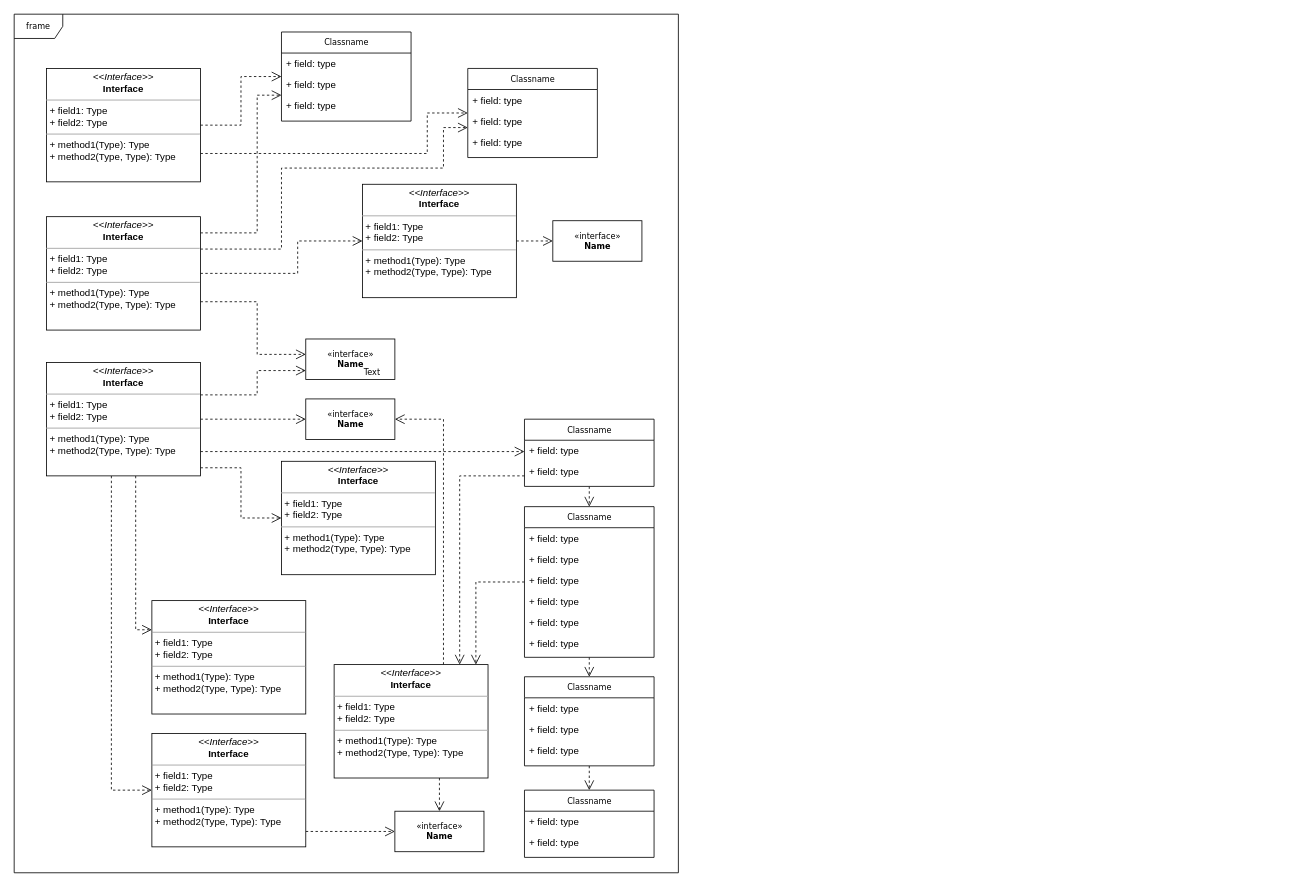
Earlier version of the draw.io diagram doris类图.drawio (Baymine/Huawei_algorithmnTest). Source tidied: cells renumbered, new cells numbered last; positions are measured from the earlier drawing's top-left corner, leaving out a move shared by most shapes. Both pictures are drawn from the tidied source at 81%, with x=0, y=0 at pixel (14, 14).
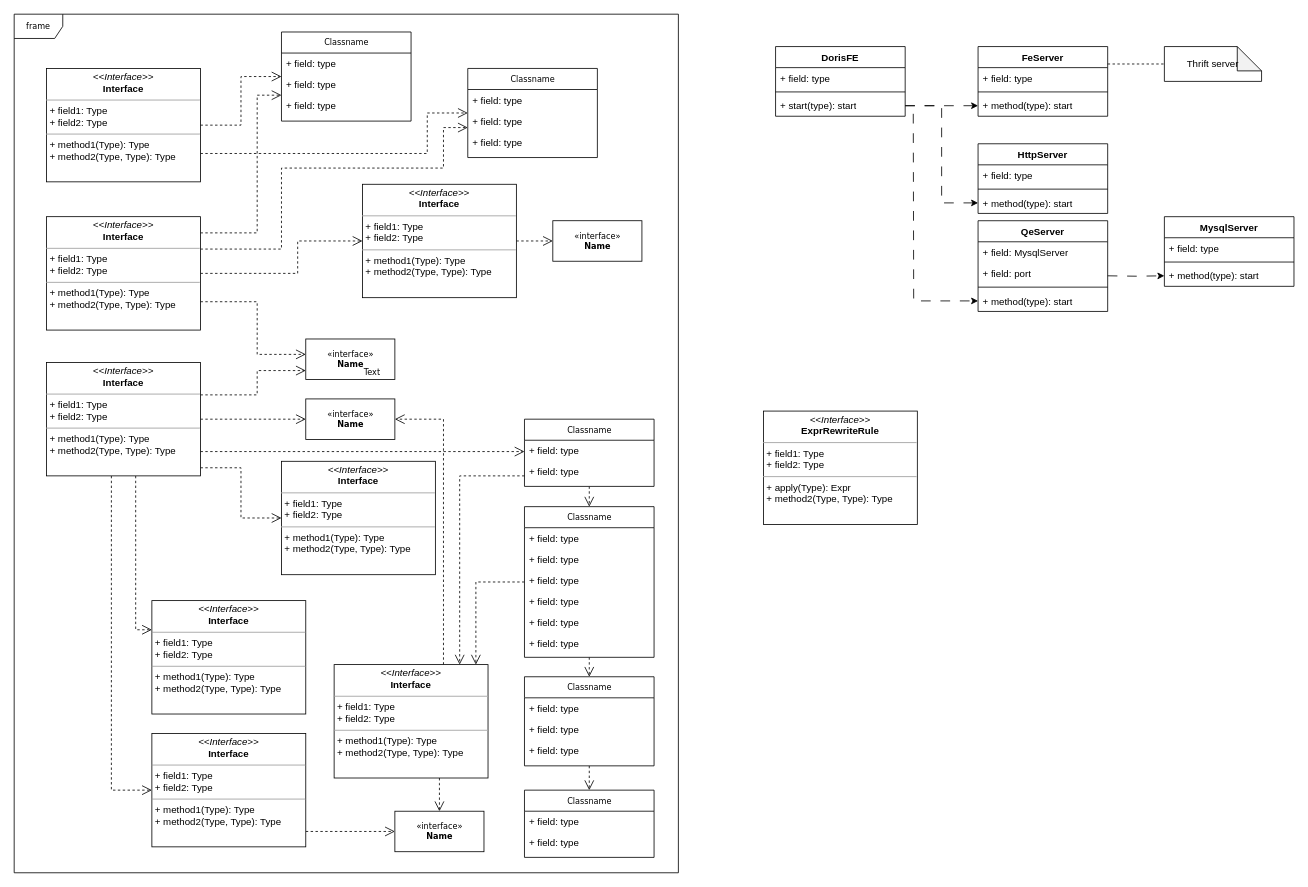
The same page after the edit.

The edit, as a diff of the source:
```diff
@@
+    <mxCell id="62" value="DorisFE" style="swimlane;fontStyle=1;align=center;verticalAlign=top;horizontal=1;startSize=26;whiteSpace=wrap;html=1;" parent="1" vertex="1">
+      <mxGeometry x="940" y="40" width="160" height="86" as="geometry" />
+    </mxCell>
+    <mxCell id="63" value="+ field: type" style="text;strokeColor=none;fillColor=none;align=left;verticalAlign=top;spacingLeft=4;spacingRight=4;overflow=hidden;whiteSpace=wrap;html=1;" parent="62" vertex="1">
+      <mxGeometry y="26" width="160" height="26" as="geometry" />
+    </mxCell>
+    <mxCell id="64" style="line;strokeWidth=1;fillColor=none;align=left;verticalAlign=middle;spacingTop=-1;spacingLeft=3;spacingRight=3;labelPosition=right;strokeColor=inherit;" parent="62" vertex="1">
+      <mxGeometry y="52" width="160" height="8" as="geometry" />
+    </mxCell>
+    <mxCell id="65" value="+ start(type): start" style="text;strokeColor=none;fillColor=none;align=left;verticalAlign=top;spacingLeft=4;spacingRight=4;overflow=hidden;points=[[0,0.5],[1,0.5]];portConstraint=eastwest;whiteSpace=wrap;html=1;" parent="62" vertex="1">
+      <mxGeometry y="60" width="160" height="26" as="geometry" />
+    </mxCell>
+    <mxCell id="66" value="FeServer" style="swimlane;fontStyle=1;align=center;verticalAlign=top;horizontal=1;startSize=26;whiteSpace=wrap;html=1;" parent="1" vertex="1">
+      <mxGeometry x="1190" y="40" width="160" height="86" as="geometry" />
+    </mxCell>
+    <mxCell id="67" value="+ field: type" style="text;strokeColor=none;fillColor=none;align=left;verticalAlign=top;spacingLeft=4;spacingRight=4;overflow=hidden;whiteSpace=wrap;html=1;" parent="66" vertex="1">
+      <mxGeometry y="26" width="160" height="26" as="geometry" />
+    </mxCell>
+    <mxCell id="68" style="line;strokeWidth=1;fillColor=none;align=left;verticalAlign=middle;spacingTop=-1;spacingLeft=3;spacingRight=3;labelPosition=right;strokeColor=inherit;" parent="66" vertex="1">
+      <mxGeometry y="52" width="160" height="8" as="geometry" />
+    </mxCell>
+    <mxCell id="69" value="+ method(type): start" style="text;strokeColor=none;fillColor=none;align=left;verticalAlign=top;spacingLeft=4;spacingRight=4;overflow=hidden;points=[[0,0.5],[1,0.5]];portConstraint=eastwest;whiteSpace=wrap;html=1;" parent="66" vertex="1">
+      <mxGeometry y="60" width="160" height="26" as="geometry" />
+    </mxCell>
+    <mxCell id="70" style="edgeStyle=orthogonalEdgeStyle;rounded=0;jettySize=auto;html=1;exitX=1;exitY=0.5;exitDx=0;exitDy=0;entryX=0;entryY=0.5;entryDx=0;entryDy=0;dashed=1;dashPattern=12 12;strokeColor=default;" parent="1" edge="1" source="65" target="69">
+      <mxGeometry relative="1" as="geometry" />
+    </mxCell>
+    <mxCell id="71" value="HttpServer" style="swimlane;fontStyle=1;align=center;verticalAlign=top;horizontal=1;startSize=26;whiteSpace=wrap;html=1;" parent="1" vertex="1">
+      <mxGeometry x="1190" y="160" width="160" height="86" as="geometry" />
+    </mxCell>
+    <mxCell id="72" value="+ field: type" style="text;strokeColor=none;fillColor=none;align=left;verticalAlign=top;spacingLeft=4;spacingRight=4;overflow=hidden;whiteSpace=wrap;html=1;" parent="71" vertex="1">
+      <mxGeometry y="26" width="160" height="26" as="geometry" />
+    </mxCell>
+    <mxCell id="73" style="line;strokeWidth=1;fillColor=none;align=left;verticalAlign=middle;spacingTop=-1;spacingLeft=3;spacingRight=3;labelPosition=right;strokeColor=inherit;" parent="71" vertex="1">
+      <mxGeometry y="52" width="160" height="8" as="geometry" />
+    </mxCell>
+    <mxCell id="74" value="+ method(type): start" style="text;strokeColor=none;fillColor=none;align=left;verticalAlign=top;spacingLeft=4;spacingRight=4;overflow=hidden;points=[[0,0.5],[1,0.5]];portConstraint=eastwest;whiteSpace=wrap;html=1;" parent="71" vertex="1">
+      <mxGeometry y="60" width="160" height="26" as="geometry" />
+    </mxCell>
+    <mxCell id="75" style="edgeStyle=orthogonalEdgeStyle;rounded=0;jettySize=auto;html=1;exitX=1;exitY=0.5;exitDx=0;exitDy=0;entryX=0;entryY=0.5;entryDx=0;entryDy=0;dashed=1;dashPattern=12 12;" parent="1" edge="1" source="65" target="74">
+      <mxGeometry relative="1" as="geometry" />
+    </mxCell>
+    <mxCell id="76" value="Thrift server" style="shape=note;whiteSpace=wrap;html=1;backgroundOutline=1;darkOpacity=0.05;" parent="1" vertex="1">
+      <mxGeometry x="1420" y="40" width="120" height="43" as="geometry" />
+    </mxCell>
+    <mxCell id="77" style="rounded=0;jettySize=auto;html=1;exitX=1;exitY=0.25;exitDx=0;exitDy=0;entryX=0;entryY=0.5;entryDx=0;entryDy=0;entryPerimeter=0;dashed=1;strokeColor=default;endArrow=none;endFill=0;" parent="1" edge="1" source="66" target="76">
+      <mxGeometry relative="1" as="geometry" />
+    </mxCell>
+    <mxCell id="78" value="QeServer" style="swimlane;fontStyle=1;align=center;verticalAlign=top;horizontal=1;startSize=26;whiteSpace=wrap;html=1;" parent="1" vertex="1">
+      <mxGeometry x="1190" y="255" width="160" height="112" as="geometry" />
+    </mxCell>
+    <mxCell id="79" value="+ field: MysqlServer" style="text;strokeColor=none;fillColor=none;align=left;verticalAlign=top;spacingLeft=4;spacingRight=4;overflow=hidden;whiteSpace=wrap;html=1;" parent="78" vertex="1">
+      <mxGeometry y="26" width="160" height="26" as="geometry" />
+    </mxCell>
+    <mxCell id="80" value="+ field: port" style="text;strokeColor=none;fillColor=none;align=left;verticalAlign=top;spacingLeft=4;spacingRight=4;overflow=hidden;whiteSpace=wrap;html=1;" parent="78" vertex="1">
+      <mxGeometry y="52" width="160" height="26" as="geometry" />
+    </mxCell>
+    <mxCell id="81" style="line;strokeWidth=1;fillColor=none;align=left;verticalAlign=middle;spacingTop=-1;spacingLeft=3;spacingRight=3;labelPosition=right;strokeColor=inherit;" parent="78" vertex="1">
+      <mxGeometry y="78" width="160" height="8" as="geometry" />
+    </mxCell>
+    <mxCell id="82" value="+ method(type): start" style="text;strokeColor=none;fillColor=none;align=left;verticalAlign=top;spacingLeft=4;spacingRight=4;overflow=hidden;points=[[0,0.5],[1,0.5]];portConstraint=eastwest;whiteSpace=wrap;html=1;" parent="78" vertex="1">
+      <mxGeometry y="86" width="160" height="26" as="geometry" />
+    </mxCell>
+    <mxCell id="83" style="edgeStyle=orthogonalEdgeStyle;rounded=0;jettySize=auto;html=1;exitX=1;exitY=0.5;exitDx=0;exitDy=0;entryX=0;entryY=0.5;entryDx=0;entryDy=0;dashed=1;dashPattern=12 12;" parent="1" edge="1" target="82">
+      <mxGeometry relative="1" as="geometry">
+        <mxPoint x="1110" y="123" as="sourcePoint" />
+      </mxGeometry>
+    </mxCell>
+    <mxCell id="84" value="MysqlServer" style="swimlane;fontStyle=1;align=center;verticalAlign=top;horizontal=1;startSize=26;whiteSpace=wrap;html=1;" parent="1" vertex="1">
+      <mxGeometry x="1420" y="250" width="160" height="86" as="geometry" />
+    </mxCell>
+    <mxCell id="85" value="+ field: type" style="text;strokeColor=none;fillColor=none;align=left;verticalAlign=top;spacingLeft=4;spacingRight=4;overflow=hidden;whiteSpace=wrap;html=1;" parent="84" vertex="1">
+      <mxGeometry y="26" width="160" height="26" as="geometry" />
+    </mxCell>
+    <mxCell id="86" style="line;strokeWidth=1;fillColor=none;align=left;verticalAlign=middle;spacingTop=-1;spacingLeft=3;spacingRight=3;labelPosition=right;strokeColor=inherit;" parent="84" vertex="1">
+      <mxGeometry y="52" width="160" height="8" as="geometry" />
+    </mxCell>
+    <mxCell id="87" value="+ method(type): start" style="text;strokeColor=none;fillColor=none;align=left;verticalAlign=top;spacingLeft=4;spacingRight=4;overflow=hidden;points=[[0,0.5],[1,0.5]];portConstraint=eastwest;whiteSpace=wrap;html=1;" parent="84" vertex="1">
+      <mxGeometry y="60" width="160" height="26" as="geometry" />
+    </mxCell>
+    <mxCell id="88" style="edgeStyle=orthogonalEdgeStyle;rounded=0;jettySize=auto;html=1;entryX=0;entryY=0.5;entryDx=0;entryDy=0;dashed=1;dashPattern=12 12;" parent="1" edge="1" target="87">
+      <mxGeometry relative="1" as="geometry">
+        <mxPoint x="1350" y="323" as="sourcePoint" />
+      </mxGeometry>
+    </mxCell>
+    <mxCell id="89" value="&lt;p style=&quot;margin:0px;margin-top:4px;text-align:center;&quot;&gt;&lt;i&gt;&amp;lt;&amp;lt;Interface&amp;gt;&amp;gt;&lt;/i&gt;&lt;br&gt;&lt;b&gt;ExprRewriteRule&lt;/b&gt;&lt;/p&gt;&lt;hr size=&quot;1&quot;&gt;&lt;p style=&quot;margin:0px;margin-left:4px;&quot;&gt;+ field1: Type&lt;br&gt;+ field2: Type&lt;/p&gt;&lt;hr size=&quot;1&quot;&gt;&lt;p style=&quot;margin:0px;margin-left:4px;&quot;&gt;+ apply(Type): Expr&lt;br&gt;+ method2(Type, Type): Type&lt;/p&gt;" style="verticalAlign=top;align=left;overflow=fill;fontSize=12;fontFamily=Helvetica;html=1;rounded=0;shadow=0;comic=0;labelBackgroundColor=none;strokeWidth=1;" parent="1" vertex="1">
+      <mxGeometry x="925" y="490" width="190" height="140" as="geometry" />
+    </mxCell>
```
